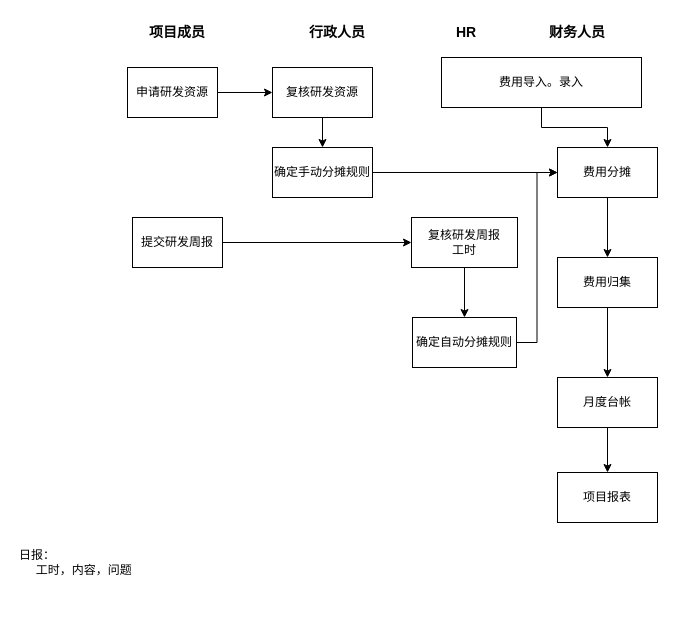
Above: page "总体流程" (1 of 3) of shrine-doc/研发项目管理流程.drawio in easefulfil/CLOUDCARE (draw.io), before the change. Source tidied: cells renumbered, new cells numbered last; positions are measured from the earlier drawing's top-left corner, leaving out a move shared by most shapes. Both pictures are drawn from the tidied source at 100%, with x=0, y=0 at pixel (17, 17).
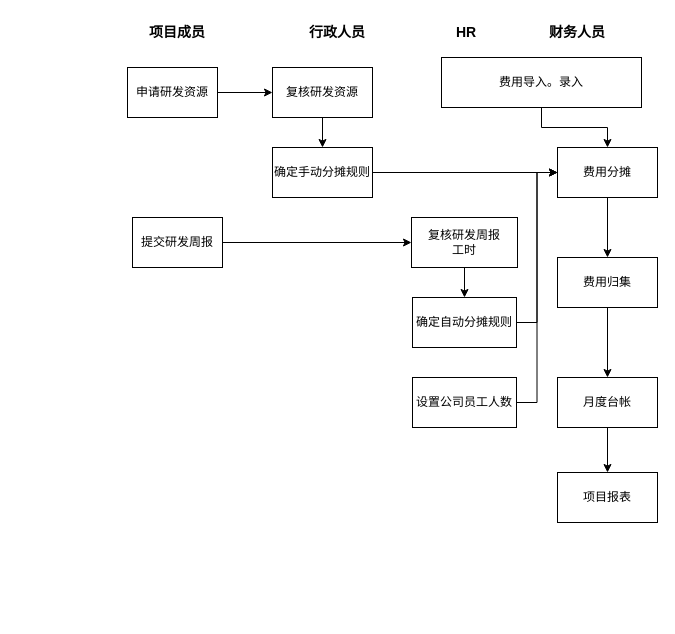
The same diagram, later.

The change refers to these unchanged cells:
```xml
<mxCell id="5" value="费用分摊" style="rounded=0;whiteSpace=wrap;html=1;" parent="1" vertex="1">
  <mxGeometry x="540" y="130" width="100" height="50" as="geometry" />
</mxCell>
```

Change to the diagram source:
```diff
@@
-    <mxCell id="18" value="日报：&amp;nbsp;&lt;br&gt;&amp;nbsp; &amp;nbsp; &amp;nbsp;工时，内容，问题" style="text;html=1;strokeColor=none;fillColor=none;align=left;verticalAlign=middle;whiteSpace=wrap;rounded=0;" parent="1" vertex="1">
-      <mxGeometry y="490" width="200" height="110" as="geometry" />
-    </mxCell>
@@
     <mxCell id="20" value="确定自动分摊规则" style="rounded=0;whiteSpace=wrap;html=1;" parent="1" vertex="1">
-      <mxGeometry x="395" y="300" width="104" height="50" as="geometry" />
+      <mxGeometry x="395" y="280" width="104" height="50" as="geometry" />
     </mxCell>
@@
+    <mxCell id="28" style="edgeStyle=orthogonalEdgeStyle;rounded=0;jettySize=auto;html=1;entryX=0;entryY=0.5;entryDx=0;entryDy=0;" parent="1" edge="1" source="29" target="5">
+      <mxGeometry relative="1" as="geometry" />
+    </mxCell>
+    <mxCell id="29" value="设置公司员工人数" style="rounded=0;whiteSpace=wrap;html=1;" parent="1" vertex="1">
+      <mxGeometry x="395" y="360" width="104" height="50" as="geometry" />
+    </mxCell>
```
